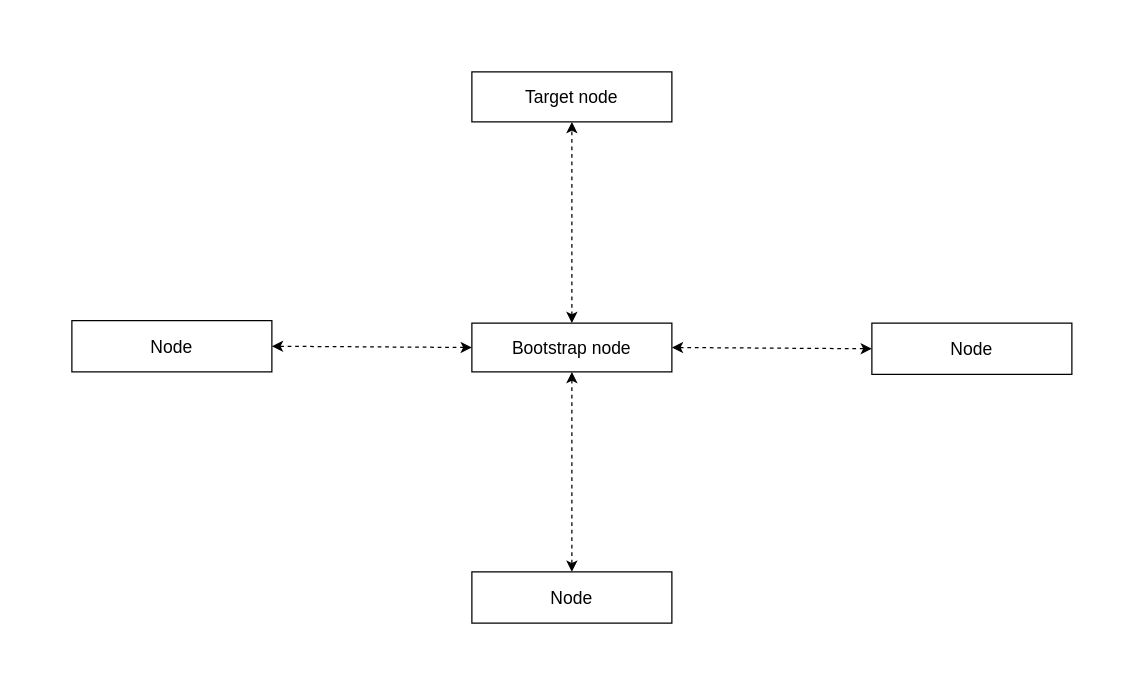
Above: diagrams/find_nodes-star_topology.drawio in ackintosh/discv5-testground (draw.io), before the change. Source tidied: cells renumbered, new cells numbered last; positions are measured from the earlier drawing's top-left corner, leaving out a move shared by most shapes. Both pictures are drawn from the tidied source at 125%, with x=0, y=0 at pixel (71, 71).
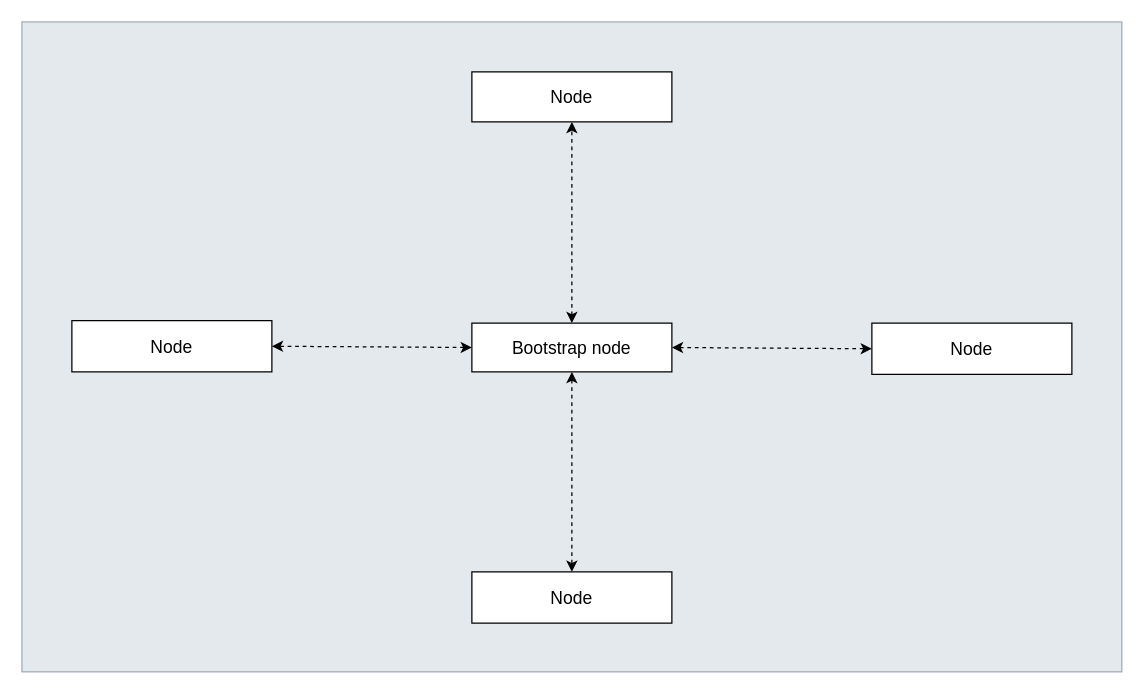
After the change.

Diff of the diagram source:
```diff
@@
-<mxGraphModel background="#ffffff">
+<mxGraphModel>
   <root>
     <mxCell id="0" />
     <mxCell id="1" parent="0" />
+    <mxCell id="11" style="rounded=0;whiteSpace=wrap;html=1;fillColor=#bac8d3;strokeColor=#23445d;opacity=40;" parent="1" vertex="1">
+      <mxGeometry x="-40" y="-40" width="880" height="520" as="geometry" />
+    </mxCell>
     <mxCell id="2" value="Node" style="rounded=0;whiteSpace=wrap;html=1;fontSize=14;" parent="1" vertex="1">
       <mxGeometry x="640" y="201" width="160" height="41" as="geometry" />
     </mxCell>
     <mxCell id="3" value="Bootstrap node" style="rounded=0;whiteSpace=wrap;html=1;fontSize=14;" parent="1" vertex="1">
       <mxGeometry x="320" y="201" width="160" height="39" as="geometry" />
     </mxCell>
-    <mxCell id="4" value="Target node" style="rounded=0;whiteSpace=wrap;html=1;fontSize=14;" parent="1" vertex="1">
+    <mxCell id="4" value="Node" style="rounded=0;whiteSpace=wrap;html=1;fontSize=14;" parent="1" vertex="1">
       <mxGeometry x="320" width="160" height="40" as="geometry" />
     </mxCell>
     <mxCell id="5" value="Node" style="rounded=0;whiteSpace=wrap;html=1;fontSize=14;" parent="1" vertex="1">
       <mxGeometry x="320" y="400" width="160" height="41" as="geometry" />
     </mxCell>
     <mxCell id="6" value="Node" style="rounded=0;whiteSpace=wrap;html=1;fontSize=14;" parent="1" vertex="1">
       <mxGeometry y="199" width="160" height="41" as="geometry" />
     </mxCell>
     <mxCell id="7" style="endArrow=classic;startArrow=classic;html=1;dashed=1;entryX=0;entryY=0.5;entryDx=0;entryDy=0;exitX=1;exitY=0.5;exitDx=0;exitDy=0;" parent="1" edge="1" source="3" target="2">
       <mxGeometry relative="1" as="geometry" />
     </mxCell>
     <mxCell id="8" style="endArrow=classic;startArrow=classic;html=1;dashed=1;entryX=0.5;entryY=1;entryDx=0;entryDy=0;exitX=0.5;exitY=0;exitDx=0;exitDy=0;" parent="1" edge="1" source="3" target="4">
       <mxGeometry relative="1" as="geometry" />
     </mxCell>
     <mxCell id="9" style="endArrow=classic;startArrow=classic;html=1;dashed=1;entryX=1;entryY=0.5;entryDx=0;entryDy=0;exitX=0;exitY=0.5;exitDx=0;exitDy=0;" parent="1" edge="1" source="3" target="6">
       <mxGeometry relative="1" as="geometry" />
     </mxCell>
     <mxCell id="10" style="endArrow=classic;startArrow=classic;html=1;dashed=1;entryX=0.5;entryY=0;entryDx=0;entryDy=0;exitX=0.5;exitY=1;exitDx=0;exitDy=0;" parent="1" edge="1" source="3" target="5">
       <mxGeometry relative="1" as="geometry" />
     </mxCell>
   </root>
 </mxGraphModel>
```
